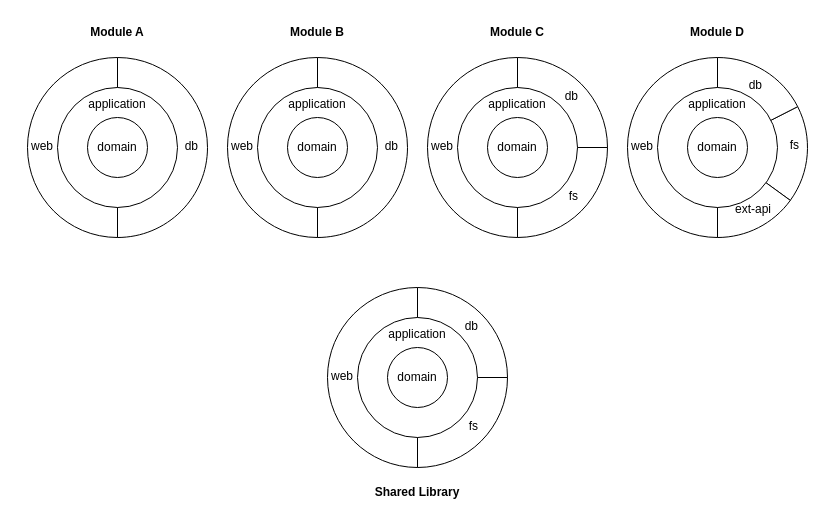
Above: docs/diagrams/structure-04-individual-shapes.drawio in ergon/arciphant (draw.io), before the change. Source tidied: cells renumbered, new cells numbered last; positions are measured from the earlier drawing's top-left corner, leaving out a move shared by most shapes. Both pictures are drawn from the tidied source at 100%, with x=0, y=0 at pixel (17, 17).
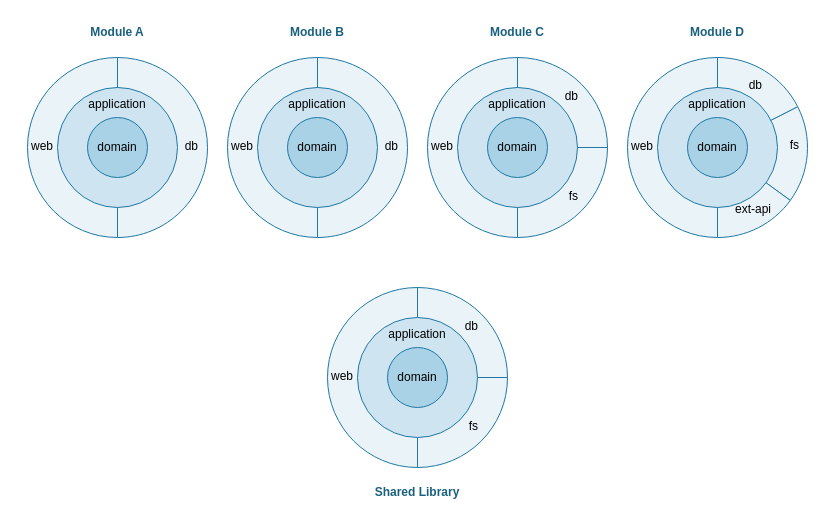
The same diagram, later.

The change refers to these unchanged cells:
```xml
<mxCell id="7" style="group;" parent="1" vertex="1">
  <mxGeometry x="410" y="40" width="180" height="180" as="geometry" />
</mxCell>
<mxCell id="13" style="group;" parent="1" vertex="1">
  <mxGeometry x="210" y="40" width="180" height="180" as="geometry" />
</mxCell>
<mxCell id="19" style="group;" parent="1" vertex="1">
  <mxGeometry x="310" y="270" width="180" height="180" as="geometry" />
</mxCell>
<mxCell id="29" style="group;" parent="1" vertex="1">
  <mxGeometry x="610" y="40" width="180" height="180" as="geometry" />
</mxCell>
```

What changed in the source:
```diff
@@
-    <mxCell id="2" style="rounded=0;whiteSpace=wrap;html=1;strokeColor=none;fillColor=none;" parent="1" vertex="1">
+    <mxCell id="2" style="rounded=0;whiteSpace=wrap;html=1;strokeColor=none;fillColor=none;fontColor=light-dark(#19607F,#93C3DB);" parent="1" vertex="1">
       <mxGeometry width="800" height="490" as="geometry" />
     </mxCell>
-    <mxCell id="3" value="&lt;b&gt;Module A&lt;/b&gt;" style="rounded=0;whiteSpace=wrap;html=1;strokeColor=none;fillColor=none;" parent="1" vertex="1">
+    <mxCell id="3" value="&lt;b&gt;Module A&lt;/b&gt;" style="rounded=0;whiteSpace=wrap;html=1;strokeColor=none;fillColor=none;fontColor=light-dark(#19607F,#93C3DB);" parent="1" vertex="1">
       <mxGeometry x="10" width="180" height="30" as="geometry" />
     </mxCell>
-    <mxCell id="4" value="&lt;b&gt;Module B&lt;/b&gt;" style="rounded=0;whiteSpace=wrap;html=1;strokeColor=none;fillColor=none;" parent="1" vertex="1">
+    <mxCell id="4" value="&lt;b&gt;Module B&lt;/b&gt;" style="rounded=0;whiteSpace=wrap;html=1;strokeColor=none;fillColor=none;fontColor=light-dark(#19607F,#93C3DB);" parent="1" vertex="1">
       <mxGeometry x="210" width="180" height="30" as="geometry" />
     </mxCell>
-    <mxCell id="5" value="&lt;b&gt;Module C&lt;/b&gt;" style="rounded=0;whiteSpace=wrap;html=1;strokeColor=none;fillColor=none;" parent="1" vertex="1">
+    <mxCell id="5" value="&lt;b&gt;Module C&lt;/b&gt;" style="rounded=0;whiteSpace=wrap;html=1;strokeColor=none;fillColor=none;fontColor=light-dark(#19607F,#93C3DB);" parent="1" vertex="1">
       <mxGeometry x="410" width="180" height="30" as="geometry" />
     </mxCell>
-    <mxCell id="6" value="&lt;b&gt;Module D&lt;/b&gt;" style="rounded=0;whiteSpace=wrap;html=1;strokeColor=none;fillColor=none;" parent="1" vertex="1">
+    <mxCell id="6" value="&lt;b&gt;Module D&lt;/b&gt;" style="rounded=0;whiteSpace=wrap;html=1;strokeColor=none;fillColor=none;fontColor=light-dark(#19607F,#93C3DB);" parent="1" vertex="1">
       <mxGeometry x="610" width="180" height="30" as="geometry" />
     </mxCell>
@@
-    <mxCell id="8" value="web" style="verticalLabelPosition=bottom;verticalAlign=top;html=1;shape=mxgraph.basic.pie;startAngle=0.5;endAngle=1;align=left;spacingLeft=2;spacingBottom=0;spacingTop=-105;" parent="7" vertex="1">
+    <mxCell id="8" value="web" style="verticalLabelPosition=bottom;verticalAlign=top;html=1;shape=mxgraph.basic.pie;startAngle=0.5;endAngle=1;align=left;spacingLeft=2;spacingBottom=0;spacingTop=-105;fillColor=light-dark(#EAF3F8,#12303E);strokeColor=light-dark(#2078A4,#7FB5D1);" parent="7" vertex="1">
       <mxGeometry width="180" height="180" as="geometry" />
     </mxCell>
-    <mxCell id="9" value="fs" style="verticalLabelPosition=bottom;verticalAlign=top;html=1;shape=mxgraph.basic.pie;startAngle=0.25;endAngle=0.5;align=right;spacingTop=-55;spacingRight=28;" parent="7" vertex="1">
+    <mxCell id="9" value="fs" style="verticalLabelPosition=bottom;verticalAlign=top;html=1;shape=mxgraph.basic.pie;startAngle=0.25;endAngle=0.5;align=right;spacingTop=-55;spacingRight=28;fillColor=light-dark(#EAF3F8,#12303E);strokeColor=light-dark(#2078A4,#7FB5D1);" parent="7" vertex="1">
       <mxGeometry width="180" height="180" as="geometry" />
     </mxCell>
-    <mxCell id="10" value="db" style="verticalLabelPosition=bottom;verticalAlign=top;html=1;shape=mxgraph.basic.pie;startAngle=0;endAngle=0.25;align=right;spacingTop=-155;spacingRight=28;" parent="7" vertex="1">
+    <mxCell id="10" value="db" style="verticalLabelPosition=bottom;verticalAlign=top;html=1;shape=mxgraph.basic.pie;startAngle=0;endAngle=0.25;align=right;spacingTop=-155;spacingRight=28;fillColor=light-dark(#EAF3F8,#12303E);strokeColor=light-dark(#2078A4,#7FB5D1);" parent="7" vertex="1">
       <mxGeometry width="180" height="180" as="geometry" />
     </mxCell>
-    <mxCell id="11" value="application" style="ellipse;whiteSpace=wrap;html=1;verticalAlign=top;spacingTop=3;" parent="7" vertex="1">
+    <mxCell id="11" value="application" style="ellipse;whiteSpace=wrap;html=1;verticalAlign=top;spacingTop=3;fillColor=light-dark(#CEE4F0,#1B4358);strokeColor=light-dark(#2078A4,#7FB5D1);" parent="7" vertex="1">
       <mxGeometry x="30" y="30" width="120" height="120" as="geometry" />
     </mxCell>
-    <mxCell id="12" value="domain" style="ellipse;whiteSpace=wrap;html=1;" parent="7" vertex="1">
+    <mxCell id="12" value="domain" style="ellipse;whiteSpace=wrap;html=1;fillColor=light-dark(#A9D2E6,#2A6A8C);strokeColor=light-dark(#2078A4,#7FB5D1);" parent="7" vertex="1">
       <mxGeometry x="60" y="60" width="60" height="60" as="geometry" />
     </mxCell>
@@
-    <mxCell id="14" value="web" style="verticalLabelPosition=bottom;verticalAlign=top;html=1;shape=mxgraph.basic.pie;startAngle=0.5;endAngle=1;align=left;spacingLeft=2;spacingBottom=0;spacingTop=-105;" parent="13" vertex="1">
+    <mxCell id="14" value="web" style="verticalLabelPosition=bottom;verticalAlign=top;html=1;shape=mxgraph.basic.pie;startAngle=0.5;endAngle=1;align=left;spacingLeft=2;spacingBottom=0;spacingTop=-105;fillColor=light-dark(#EAF3F8,#12303E);strokeColor=light-dark(#2078A4,#7FB5D1);" parent="13" vertex="1">
       <mxGeometry width="180" height="180" as="geometry" />
     </mxCell>
-    <mxCell id="15" value="db" style="verticalLabelPosition=bottom;verticalAlign=top;html=1;shape=mxgraph.basic.pie;startAngle=0;endAngle=0.5;align=right;spacingTop=-105;spacingRight=8;" parent="13" vertex="1">
+    <mxCell id="15" value="db" style="verticalLabelPosition=bottom;verticalAlign=top;html=1;shape=mxgraph.basic.pie;startAngle=0;endAngle=0.5;align=right;spacingTop=-105;spacingRight=8;fillColor=light-dark(#EAF3F8,#12303E);strokeColor=light-dark(#2078A4,#7FB5D1);" parent="13" vertex="1">
       <mxGeometry width="180" height="180" as="geometry" />
     </mxCell>
-    <mxCell id="16" value="application" style="ellipse;whiteSpace=wrap;html=1;verticalAlign=top;spacingTop=3;" parent="13" vertex="1">
+    <mxCell id="16" value="application" style="ellipse;whiteSpace=wrap;html=1;verticalAlign=top;spacingTop=3;fillColor=light-dark(#CEE4F0,#1B4358);strokeColor=light-dark(#2078A4,#7FB5D1);" parent="13" vertex="1">
       <mxGeometry x="30" y="30" width="120" height="120" as="geometry" />
     </mxCell>
-    <mxCell id="17" value="domain" style="ellipse;whiteSpace=wrap;html=1;" parent="13" vertex="1">
+    <mxCell id="17" value="domain" style="ellipse;whiteSpace=wrap;html=1;fillColor=light-dark(#A9D2E6,#2A6A8C);strokeColor=light-dark(#2078A4,#7FB5D1);" parent="13" vertex="1">
       <mxGeometry x="60" y="60" width="60" height="60" as="geometry" />
     </mxCell>
-    <mxCell id="18" value="Shared Library" style="rounded=0;whiteSpace=wrap;html=1;strokeColor=none;fontStyle=1;fillColor=none;" parent="1" vertex="1">
+    <mxCell id="18" value="Shared Library" style="rounded=0;whiteSpace=wrap;html=1;strokeColor=none;fontStyle=1;fillColor=none;fontColor=light-dark(#19607F,#93C3DB);" parent="1" vertex="1">
       <mxGeometry x="310" y="460" width="180" height="30" as="geometry" />
     </mxCell>
@@
-    <mxCell id="20" value="web" style="verticalLabelPosition=bottom;verticalAlign=top;html=1;shape=mxgraph.basic.pie;startAngle=0.5;endAngle=1;align=left;spacingLeft=2;spacingBottom=0;spacingTop=-105;" parent="19" vertex="1">
+    <mxCell id="20" value="web" style="verticalLabelPosition=bottom;verticalAlign=top;html=1;shape=mxgraph.basic.pie;startAngle=0.5;endAngle=1;align=left;spacingLeft=2;spacingBottom=0;spacingTop=-105;fillColor=light-dark(#EAF3F8,#12303E);strokeColor=light-dark(#2078A4,#7FB5D1);" parent="19" vertex="1">
       <mxGeometry width="180" height="180" as="geometry" />
     </mxCell>
-    <mxCell id="21" value="fs" style="verticalLabelPosition=bottom;verticalAlign=top;html=1;shape=mxgraph.basic.pie;startAngle=0.25;endAngle=0.5;align=right;spacingTop=-55;spacingRight=28;" parent="19" vertex="1">
+    <mxCell id="21" value="fs" style="verticalLabelPosition=bottom;verticalAlign=top;html=1;shape=mxgraph.basic.pie;startAngle=0.25;endAngle=0.5;align=right;spacingTop=-55;spacingRight=28;fillColor=light-dark(#EAF3F8,#12303E);strokeColor=light-dark(#2078A4,#7FB5D1);" parent="19" vertex="1">
       <mxGeometry width="180" height="180" as="geometry" />
     </mxCell>
-    <mxCell id="22" value="db" style="verticalLabelPosition=bottom;verticalAlign=top;html=1;shape=mxgraph.basic.pie;startAngle=0;endAngle=0.25;align=right;spacingTop=-155;spacingRight=28;" parent="19" vertex="1">
+    <mxCell id="22" value="db" style="verticalLabelPosition=bottom;verticalAlign=top;html=1;shape=mxgraph.basic.pie;startAngle=0;endAngle=0.25;align=right;spacingTop=-155;spacingRight=28;fillColor=light-dark(#EAF3F8,#12303E);strokeColor=light-dark(#2078A4,#7FB5D1);" parent="19" vertex="1">
       <mxGeometry width="180" height="180" as="geometry" />
     </mxCell>
-    <mxCell id="23" value="application" style="ellipse;whiteSpace=wrap;html=1;verticalAlign=top;spacingTop=3;" parent="19" vertex="1">
+    <mxCell id="23" value="application" style="ellipse;whiteSpace=wrap;html=1;verticalAlign=top;spacingTop=3;fillColor=light-dark(#CEE4F0,#1B4358);strokeColor=light-dark(#2078A4,#7FB5D1);" parent="19" vertex="1">
       <mxGeometry x="30" y="30" width="120" height="120" as="geometry" />
     </mxCell>
-    <mxCell id="24" value="domain" style="ellipse;whiteSpace=wrap;html=1;" parent="19" vertex="1">
+    <mxCell id="24" value="domain" style="ellipse;whiteSpace=wrap;html=1;fillColor=light-dark(#A9D2E6,#2A6A8C);strokeColor=light-dark(#2078A4,#7FB5D1);" parent="19" vertex="1">
       <mxGeometry x="60" y="60" width="60" height="60" as="geometry" />
     </mxCell>
-    <mxCell id="25" value="web" style="verticalLabelPosition=bottom;verticalAlign=top;html=1;shape=mxgraph.basic.pie;startAngle=0.5;endAngle=1;align=left;spacingLeft=2;spacingBottom=0;spacingTop=-105;" parent="1" vertex="1">
+    <mxCell id="25" value="web" style="verticalLabelPosition=bottom;verticalAlign=top;html=1;shape=mxgraph.basic.pie;startAngle=0.5;endAngle=1;align=left;spacingLeft=2;spacingBottom=0;spacingTop=-105;fillColor=light-dark(#EAF3F8,#12303E);strokeColor=light-dark(#2078A4,#7FB5D1);" parent="1" vertex="1">
       <mxGeometry x="10" y="40" width="180" height="180" as="geometry" />
     </mxCell>
-    <mxCell id="26" value="db" style="verticalLabelPosition=bottom;verticalAlign=top;html=1;shape=mxgraph.basic.pie;startAngle=0;endAngle=0.5;align=right;spacingTop=-105;spacingRight=8;" parent="1" vertex="1">
+    <mxCell id="26" value="db" style="verticalLabelPosition=bottom;verticalAlign=top;html=1;shape=mxgraph.basic.pie;startAngle=0;endAngle=0.5;align=right;spacingTop=-105;spacingRight=8;fillColor=light-dark(#EAF3F8,#12303E);strokeColor=light-dark(#2078A4,#7FB5D1);" parent="1" vertex="1">
       <mxGeometry x="10" y="40" width="180" height="180" as="geometry" />
     </mxCell>
-    <mxCell id="27" value="application" style="ellipse;whiteSpace=wrap;html=1;verticalAlign=top;spacingTop=3;" parent="1" vertex="1">
+    <mxCell id="27" value="application" style="ellipse;whiteSpace=wrap;html=1;verticalAlign=top;spacingTop=3;fillColor=light-dark(#CEE4F0,#1B4358);strokeColor=light-dark(#2078A4,#7FB5D1);" parent="1" vertex="1">
       <mxGeometry x="40" y="70" width="120" height="120" as="geometry" />
     </mxCell>
-    <mxCell id="28" value="domain" style="ellipse;whiteSpace=wrap;html=1;" parent="1" vertex="1">
+    <mxCell id="28" value="domain" style="ellipse;whiteSpace=wrap;html=1;fillColor=light-dark(#A9D2E6,#2A6A8C);strokeColor=light-dark(#2078A4,#7FB5D1);" parent="1" vertex="1">
       <mxGeometry x="70" y="100" width="60" height="60" as="geometry" />
     </mxCell>
@@
-    <mxCell id="30" value="&lt;span style=&quot;background-color: initial;&quot;&gt;fs&lt;/span&gt;" style="verticalLabelPosition=bottom;verticalAlign=top;html=1;shape=mxgraph.basic.pie;startAngle=0.175;endAngle=0.35;align=right;spacingTop=-106;spacingRight=7;" parent="29" vertex="1">
+    <mxCell id="30" value="&lt;span style=&quot;background-color: initial;&quot;&gt;fs&lt;/span&gt;" style="verticalLabelPosition=bottom;verticalAlign=top;html=1;shape=mxgraph.basic.pie;startAngle=0.175;endAngle=0.35;align=right;spacingTop=-106;spacingRight=7;fillColor=light-dark(#EAF3F8,#12303E);strokeColor=light-dark(#2078A4,#7FB5D1);" parent="29" vertex="1">
       <mxGeometry width="180" height="180" as="geometry" />
     </mxCell>
-    <mxCell id="31" value="web" style="verticalLabelPosition=bottom;verticalAlign=top;html=1;shape=mxgraph.basic.pie;startAngle=0.5;endAngle=1;align=left;spacingLeft=2;spacingBottom=0;spacingTop=-105;" parent="29" vertex="1">
+    <mxCell id="31" value="web" style="verticalLabelPosition=bottom;verticalAlign=top;html=1;shape=mxgraph.basic.pie;startAngle=0.5;endAngle=1;align=left;spacingLeft=2;spacingBottom=0;spacingTop=-105;fillColor=light-dark(#EAF3F8,#12303E);strokeColor=light-dark(#2078A4,#7FB5D1);" parent="29" vertex="1">
       <mxGeometry width="180" height="180" as="geometry" />
     </mxCell>
-    <mxCell id="32" value="ext-api" style="verticalLabelPosition=bottom;verticalAlign=top;html=1;shape=mxgraph.basic.pie;startAngle=0.35;endAngle=0.5;align=right;spacingTop=-42;spacingRight=35;" parent="29" vertex="1">
+    <mxCell id="32" value="ext-api" style="verticalLabelPosition=bottom;verticalAlign=top;html=1;shape=mxgraph.basic.pie;startAngle=0.35;endAngle=0.5;align=right;spacingTop=-42;spacingRight=35;fillColor=light-dark(#EAF3F8,#12303E);strokeColor=light-dark(#2078A4,#7FB5D1);" parent="29" vertex="1">
       <mxGeometry width="180" height="180" as="geometry" />
     </mxCell>
-    <mxCell id="33" value="db" style="verticalLabelPosition=bottom;verticalAlign=top;html=1;shape=mxgraph.basic.pie;startAngle=0;endAngle=0.175;align=right;spacingTop=-166;spacingRight=44;" parent="29" vertex="1">
+    <mxCell id="33" value="db" style="verticalLabelPosition=bottom;verticalAlign=top;html=1;shape=mxgraph.basic.pie;startAngle=0;endAngle=0.175;align=right;spacingTop=-166;spacingRight=44;fillColor=light-dark(#EAF3F8,#12303E);strokeColor=light-dark(#2078A4,#7FB5D1);" parent="29" vertex="1">
       <mxGeometry width="180" height="180" as="geometry" />
     </mxCell>
-    <mxCell id="34" value="application" style="ellipse;whiteSpace=wrap;html=1;verticalAlign=top;spacingTop=3;" parent="29" vertex="1">
+    <mxCell id="34" value="application" style="ellipse;whiteSpace=wrap;html=1;verticalAlign=top;spacingTop=3;fillColor=light-dark(#CEE4F0,#1B4358);strokeColor=light-dark(#2078A4,#7FB5D1);" parent="29" vertex="1">
       <mxGeometry x="30" y="30" width="120" height="120" as="geometry" />
     </mxCell>
-    <mxCell id="35" value="domain" style="ellipse;whiteSpace=wrap;html=1;" parent="29" vertex="1">
+    <mxCell id="35" value="domain" style="ellipse;whiteSpace=wrap;html=1;fillColor=light-dark(#A9D2E6,#2A6A8C);strokeColor=light-dark(#2078A4,#7FB5D1);" parent="29" vertex="1">
       <mxGeometry x="60" y="60" width="60" height="60" as="geometry" />
     </mxCell>
```
